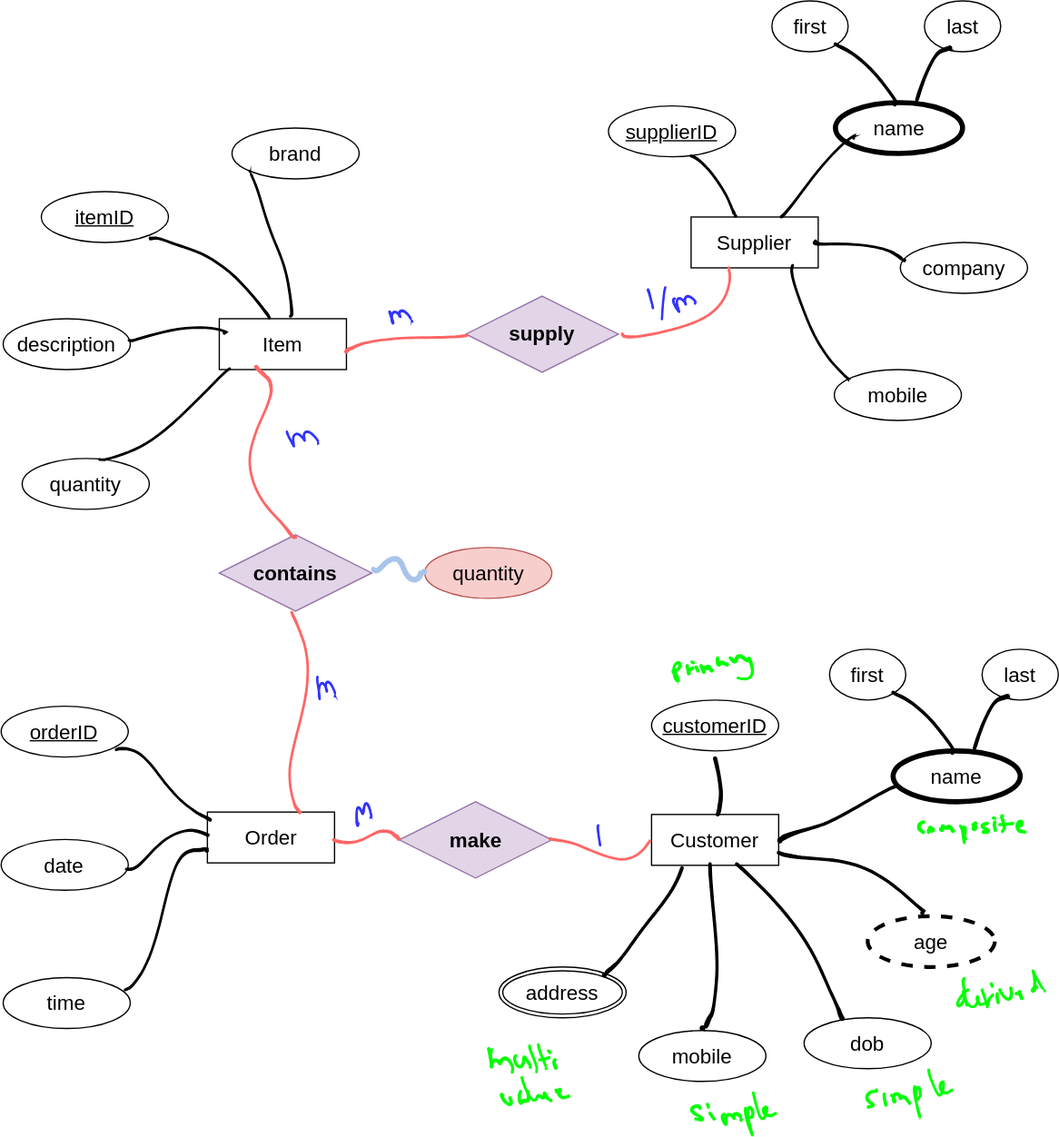
Before: ERD Example.drawio.svg, a diagram exported from draw.io (usupun/Database_Managment_System-tutoril-). Source tidied: cells renumbered, new cells last; positions are measured from the earlier drawing's top-left corner, leaving out a move shared by most shapes.
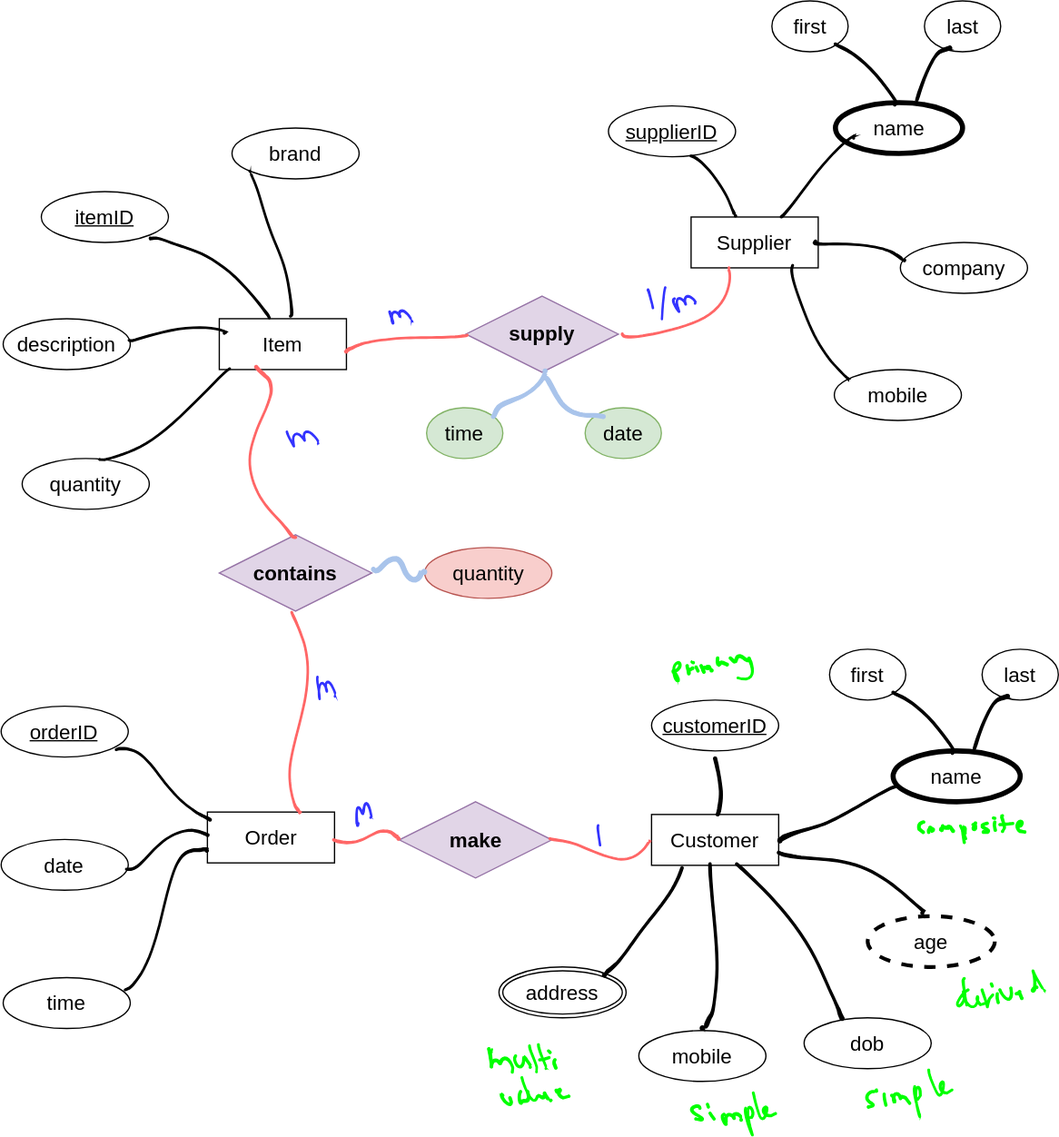
The same diagram one commit later.

What changed in the source:
```diff
@@ -350,5 +350,17 @@
     <mxCell id="117" style="shape=(stored shape, 1148 characters);lineShape=1;strokeColor=#A9C4EB;fontSize=16;" parent="1" vertex="1">
       <mxGeometry x="291.8" y="437.2" width="43.3" height="19.8" as="geometry" />
     </mxCell>
+    <mxCell id="118" value="time" style="ellipse;whiteSpace=wrap;html=1;align=center;fontSize=16;fillColor=#d5e8d4;strokeColor=#82b366;" parent="1" vertex="1">
+      <mxGeometry x="335.1" y="320" width="60" height="40" as="geometry" />
+    </mxCell>
+    <mxCell id="119" value="date" style="ellipse;whiteSpace=wrap;html=1;align=center;fontSize=16;fillColor=#d5e8d4;strokeColor=#82b366;" parent="1" vertex="1">
+      <mxGeometry x="459.8" y="320" width="60" height="40" as="geometry" />
+    </mxCell>
+    <mxCell id="120" style="shape=(stored shape, 1096 characters);lineShape=1;strokeColor=#A9C4EB;fontSize=16;" parent="1" vertex="1">
+      <mxGeometry x="386.2" y="289.7" width="43.6" height="38.8" as="geometry" />
+    </mxCell>
+    <mxCell id="121" style="shape=(stored shape, 1160 characters);lineShape=1;strokeColor=#A9C4EB;fontSize=16;" parent="1" vertex="1">
+      <mxGeometry x="426.2" y="295.1" width="49.3" height="33.4" as="geometry" />
+    </mxCell>
   </root>
 </mxGraphModel>
```
